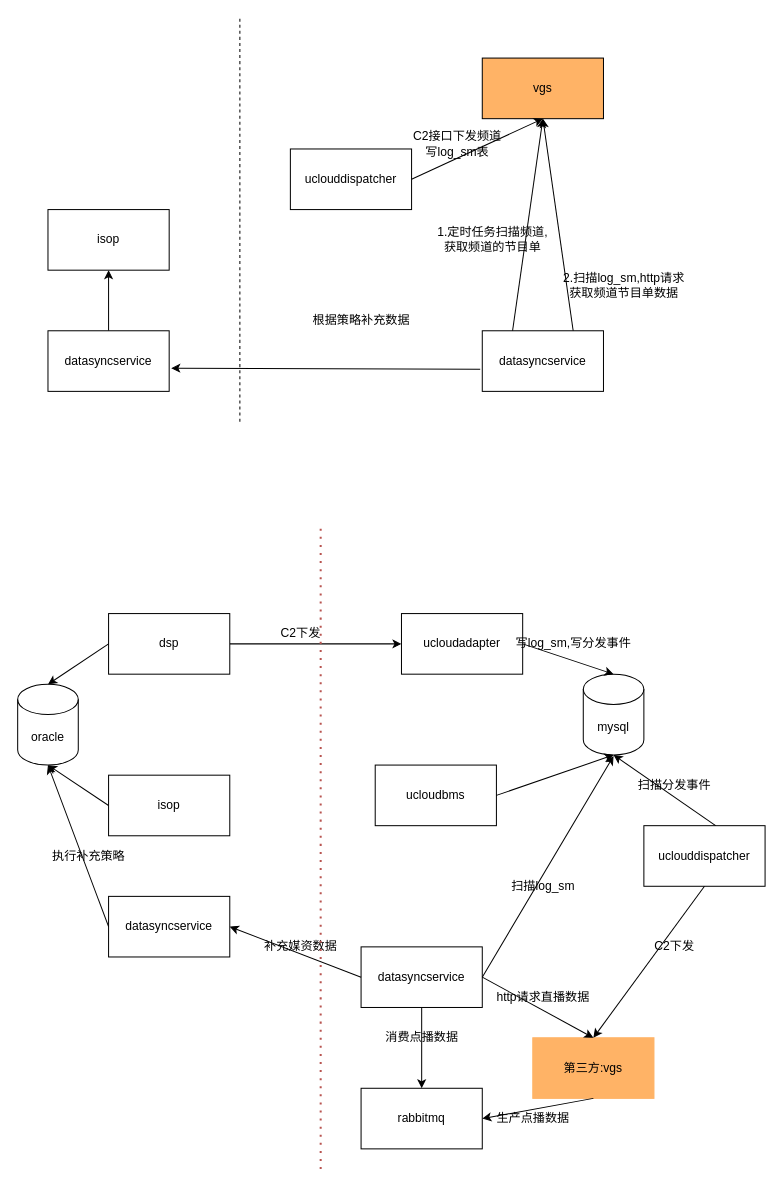
Above: 补充媒资流程.drawio in utscgeorge/processitemtest (draw.io), before the change. Source tidied: cells renumbered, new cells numbered last; positions are measured from the earlier drawing's top-left corner, leaving out a move shared by most shapes. Both pictures are drawn from the tidied source at 101%, with x=0, y=0 at pixel (17, 17).
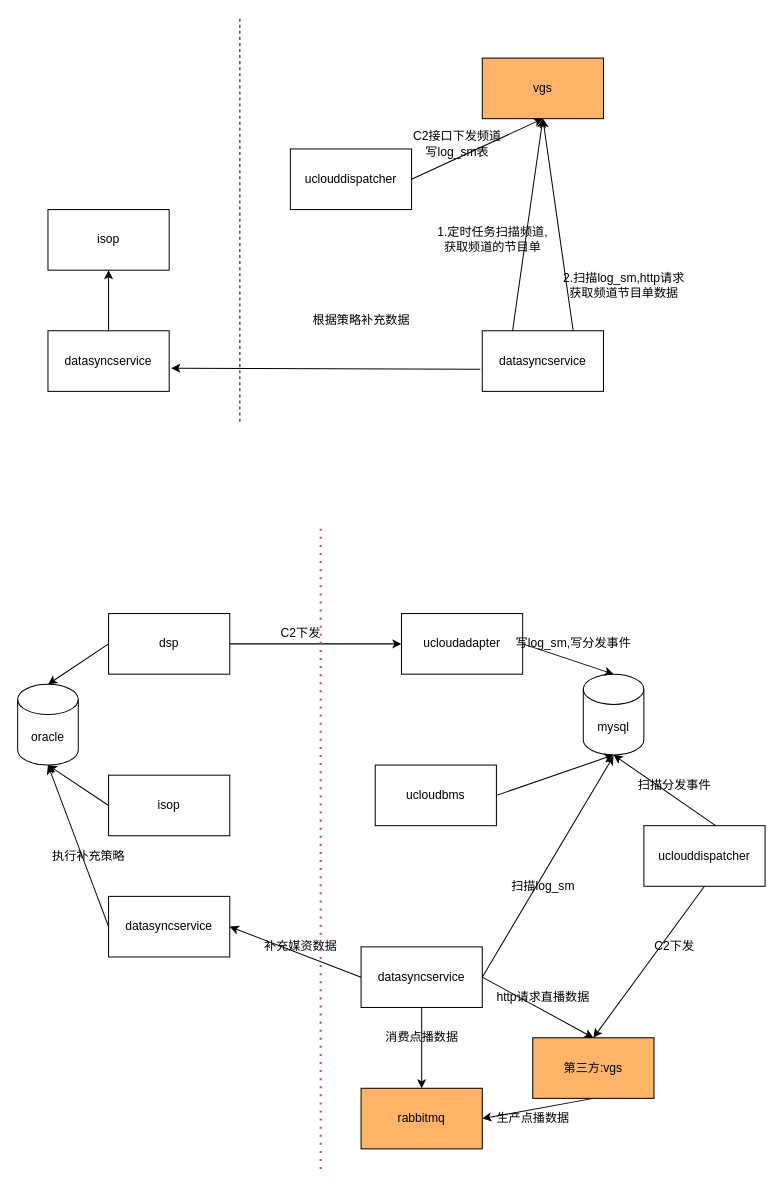
Above is the later version.

Commit message:
Update 补充媒资流程.drawio

Diff of the diagram source:
```diff
@@
-    <mxCell id="26" value="第三方:vgs" style="whiteSpace=wrap;html=1;strokeColor=#FFB366;fillColor=#FFB366;" parent="1" vertex="1">
+    <mxCell id="26" value="第三方:vgs" style="whiteSpace=wrap;html=1;fillColor=#FFB366;" parent="1" vertex="1">
       <mxGeometry x="510" y="1010" width="120" height="60" as="geometry" />
     </mxCell>
@@
-    <mxCell id="37" value="rabbitmq" style="whiteSpace=wrap;html=1;" parent="1" vertex="1">
+    <mxCell id="37" value="rabbitmq" style="whiteSpace=wrap;html=1;fillColor=#FFB366;" parent="1" vertex="1">
       <mxGeometry x="340" y="1060" width="120" height="60" as="geometry" />
     </mxCell>
```
